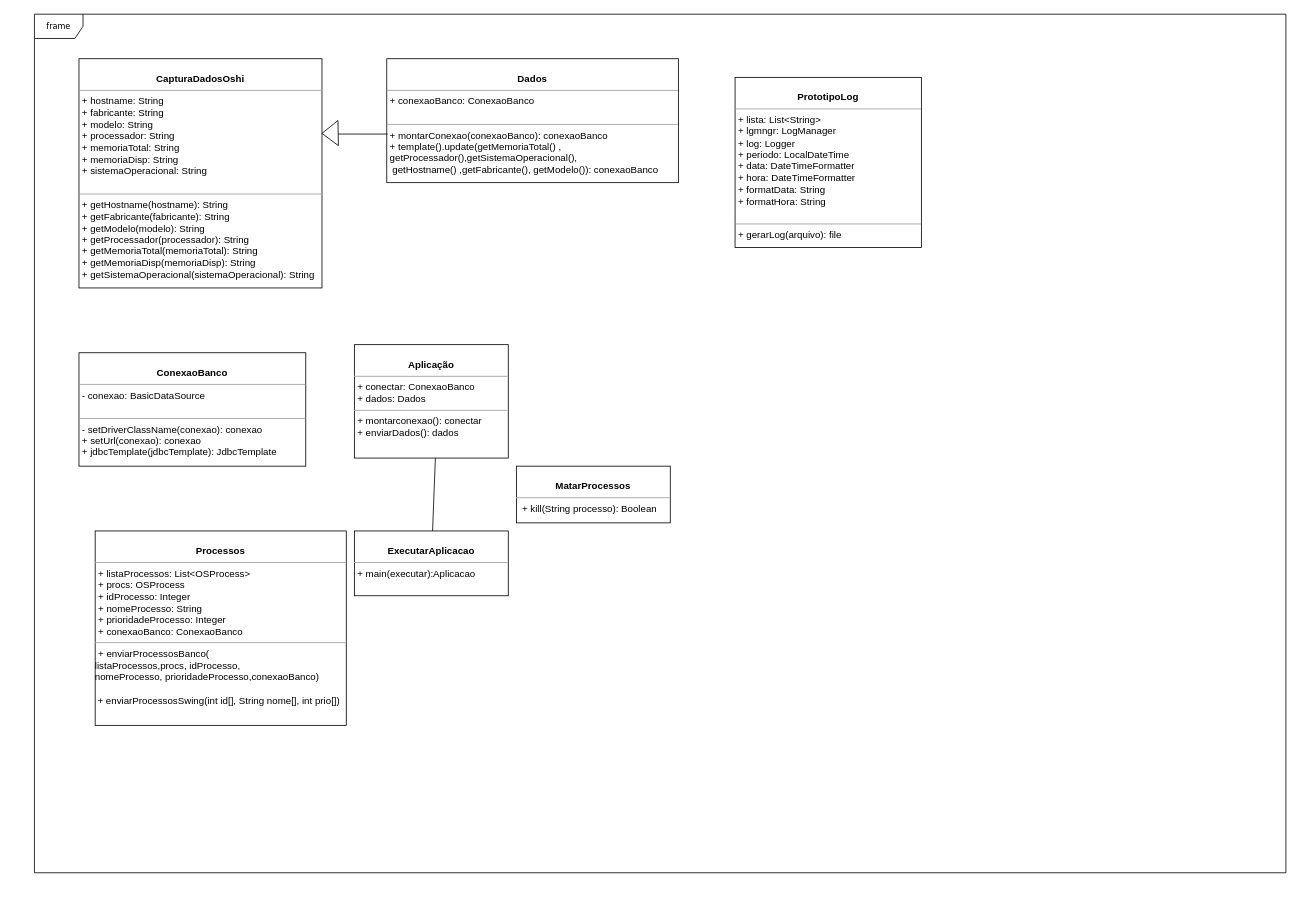
Earlier version of the draw.io diagram Documentação/Diagramas/DiagramaClasse/Diagrama-de-classes.drawio (Fabicaneyu/.mineHash). Source tidied: cells renumbered, new cells numbered last; positions are measured from the earlier drawing's top-left corner, leaving out a move shared by most shapes. Both pictures are drawn from the tidied source at 81%, with x=0, y=0 at pixel (34, 14).
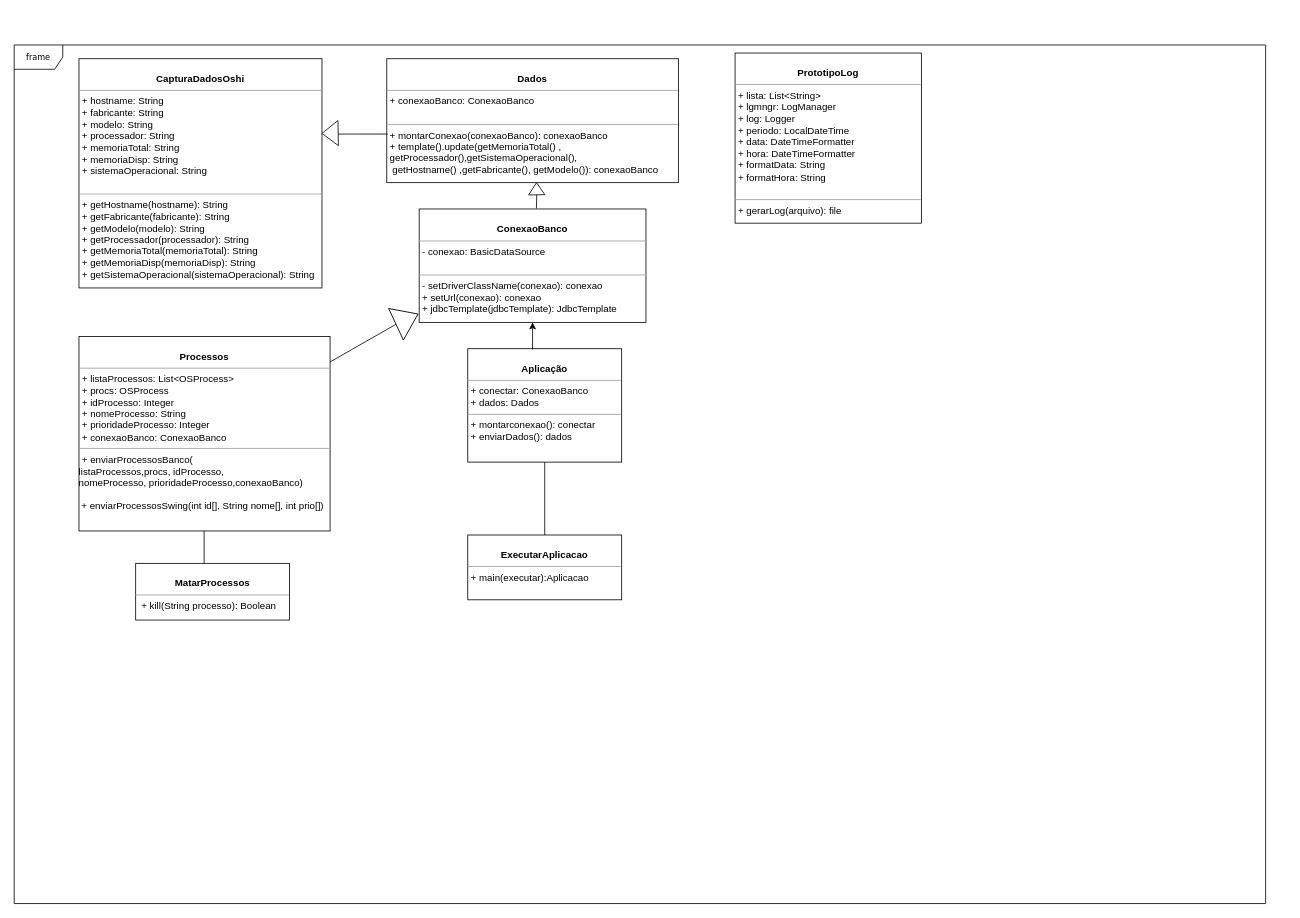
After the change.

Commit message (it also covers changes not shown here):
Diagrama de classes

The edit, as a diff of the source:
```diff
@@
     <mxCell id="2" value="frame" style="shape=umlFrame;whiteSpace=wrap;html=1;rounded=0;shadow=0;comic=0;labelBackgroundColor=none;strokeWidth=1;fontFamily=Verdana;fontSize=10;align=center;" parent="1" vertex="1">
-      <mxGeometry width="1545" height="1060" as="geometry" />
+      <mxGeometry x="-25" y="38" width="1545" height="1060" as="geometry" />
     </mxCell>
     <mxCell id="3" value="&lt;p style=&quot;margin: 0px ; margin-top: 4px ; text-align: center&quot;&gt;&lt;br&gt;&lt;b&gt;MatarProcessos&lt;/b&gt;&lt;/p&gt;&lt;hr size=&quot;1&quot;&gt;&lt;p style=&quot;margin: 0px ; margin-left: 4px&quot;&gt;&lt;/p&gt;&lt;p style=&quot;margin: 0px ; margin-left: 4px&quot;&gt;&amp;nbsp;+ kill(String processo): Boolean&lt;br&gt;&lt;br&gt;&lt;/p&gt;" style="verticalAlign=top;align=left;overflow=fill;fontSize=12;fontFamily=Helvetica;html=1;rounded=0;shadow=0;comic=0;labelBackgroundColor=none;strokeWidth=1;" parent="1" vertex="1">
-      <mxGeometry x="595" y="558" width="190" height="70" as="geometry" />
+      <mxGeometry x="125" y="678" width="190" height="70" as="geometry" />
     </mxCell>
@@
     <mxCell id="5" value="&lt;p style=&quot;margin: 0px ; margin-top: 4px ; text-align: center&quot;&gt;&lt;br&gt;&lt;b&gt;Processos&lt;/b&gt;&lt;/p&gt;&lt;hr size=&quot;1&quot;&gt;&lt;p style=&quot;margin: 0px ; margin-left: 4px&quot;&gt;+ listaProcessos: List&amp;lt;OSProcess&amp;gt;&lt;br&gt;+ procs: OSProcess&lt;/p&gt;&lt;p style=&quot;margin: 0px ; margin-left: 4px&quot;&gt;+ idProcesso: Integer&lt;/p&gt;&lt;p style=&quot;margin: 0px ; margin-left: 4px&quot;&gt;+ nomeProcesso: String&lt;/p&gt;&lt;p style=&quot;margin: 0px ; margin-left: 4px&quot;&gt;+ prioridadeProcesso: Integer&lt;/p&gt;&lt;p style=&quot;margin: 0px ; margin-left: 4px&quot;&gt;+ conexaoBanco: ConexaoBanco&lt;/p&gt;&lt;hr size=&quot;1&quot;&gt;&lt;p style=&quot;margin: 0px ; margin-left: 4px&quot;&gt;+ enviarProcessosBanco(&lt;/p&gt;listaProcessos,procs, idProcesso,&lt;br&gt;nomeProcesso, prioridadeProcesso,conexaoBanco)&lt;br&gt;&lt;span&gt;&lt;br&gt;&amp;nbsp;&lt;/span&gt;&lt;span&gt;+ enviarProcessosSwing(&lt;/span&gt;int id[], String nome[], int prio[])" style="verticalAlign=top;align=left;overflow=fill;fontSize=12;fontFamily=Helvetica;html=1;rounded=0;shadow=0;comic=0;labelBackgroundColor=none;strokeWidth=1;" parent="1" vertex="1">
-      <mxGeometry x="75" y="638" width="310" height="240" as="geometry" />
+      <mxGeometry x="55" y="398" width="310" height="240" as="geometry" />
     </mxCell>
     <mxCell id="6" value="&lt;p style=&quot;margin: 0px ; margin-top: 4px ; text-align: center&quot;&gt;&lt;br&gt;&lt;b&gt;ExecutarAplicacao&lt;/b&gt;&lt;/p&gt;&lt;hr size=&quot;1&quot;&gt;&lt;p style=&quot;margin: 0px ; margin-left: 4px&quot;&gt;&lt;span&gt;+ main(executar):Aplicacao&lt;/span&gt;&lt;br&gt;&lt;/p&gt;&lt;p style=&quot;margin: 0px ; margin-left: 4px&quot;&gt;&lt;br&gt;&lt;/p&gt;" style="verticalAlign=top;align=left;overflow=fill;fontSize=12;fontFamily=Helvetica;html=1;rounded=0;shadow=0;comic=0;labelBackgroundColor=none;strokeWidth=1;" parent="1" vertex="1">
-      <mxGeometry x="395" y="638" width="190" height="80" as="geometry" />
+      <mxGeometry x="535" y="643" width="190" height="80" as="geometry" />
     </mxCell>
     <mxCell id="7" value="&lt;p style=&quot;margin: 0px ; margin-top: 4px ; text-align: center&quot;&gt;&lt;br&gt;&lt;b&gt;Aplicação&lt;/b&gt;&lt;/p&gt;&lt;hr size=&quot;1&quot;&gt;&lt;p style=&quot;margin: 0px ; margin-left: 4px&quot;&gt;+ conectar: ConexaoBanco&lt;/p&gt;&lt;p style=&quot;margin: 0px ; margin-left: 4px&quot;&gt;+ dados: Dados&lt;/p&gt;&lt;hr size=&quot;1&quot;&gt;&lt;p style=&quot;margin: 0px ; margin-left: 4px&quot;&gt;+ montarconexao(): conectar&lt;br&gt;+ enviarDados(): dados&lt;/p&gt;" style="verticalAlign=top;align=left;overflow=fill;fontSize=12;fontFamily=Helvetica;html=1;rounded=0;shadow=0;comic=0;labelBackgroundColor=none;strokeWidth=1;" parent="1" vertex="1">
-      <mxGeometry x="395" y="408" width="190" height="140" as="geometry" />
+      <mxGeometry x="535" y="413" width="190" height="140" as="geometry" />
     </mxCell>
@@
     <mxCell id="9" value="&lt;p style=&quot;margin: 4px 0px 0px ; text-align: center&quot;&gt;&lt;br&gt;&lt;b&gt;ConexaoBanco&lt;/b&gt;&lt;/p&gt;&lt;hr size=&quot;1&quot;&gt;&lt;p style=&quot;margin: 0px ; margin-left: 4px&quot;&gt;- conexao: BasicDataSource&lt;br&gt;&lt;br&gt;&lt;/p&gt;&lt;hr size=&quot;1&quot;&gt;&lt;p style=&quot;margin: 0px ; margin-left: 4px&quot;&gt;- setDriverClassName(conexao): conexao&lt;br&gt;+ setUrl(conexao): conexao&lt;/p&gt;&lt;p style=&quot;margin: 0px ; margin-left: 4px&quot;&gt;+ jdbcTemplate(jdbcTemplate):&amp;nbsp;JdbcTemplate&lt;br&gt;&lt;/p&gt;&lt;p style=&quot;margin: 0px ; margin-left: 4px&quot;&gt;&lt;br&gt;&lt;/p&gt;" style="verticalAlign=top;align=left;overflow=fill;fontSize=12;fontFamily=Helvetica;html=1;rounded=0;shadow=0;comic=0;labelBackgroundColor=none;strokeWidth=1;" parent="1" vertex="1">
-      <mxGeometry x="55" y="418" width="280" height="140" as="geometry" />
+      <mxGeometry x="475" y="240.5" width="280" height="140" as="geometry" />
     </mxCell>
@@
     <mxCell id="12" value="&lt;p style=&quot;margin: 0px ; margin-top: 4px ; text-align: center&quot;&gt;&lt;br&gt;&lt;b&gt;PrototipoLog&lt;/b&gt;&lt;/p&gt;&lt;hr size=&quot;1&quot;&gt;&lt;p style=&quot;margin: 0px ; margin-left: 4px&quot;&gt;+ lista: List&amp;lt;String&amp;gt;&lt;/p&gt;&lt;p style=&quot;margin: 0px ; margin-left: 4px&quot;&gt;+ lgmngr: LogManager&lt;/p&gt;&lt;p style=&quot;margin: 0px ; margin-left: 4px&quot;&gt;+&amp;nbsp;log:&amp;nbsp;Logger&lt;/p&gt;&lt;p style=&quot;margin: 0px ; margin-left: 4px&quot;&gt;+&amp;nbsp;periodo:&amp;nbsp;LocalDateTime&lt;/p&gt;&lt;p style=&quot;margin: 0px ; margin-left: 4px&quot;&gt;+&amp;nbsp;data:&amp;nbsp;DateTimeFormatter&lt;/p&gt;&lt;p style=&quot;margin: 0px ; margin-left: 4px&quot;&gt;+&amp;nbsp;hora: DateTimeFormatter&lt;/p&gt;&lt;p style=&quot;margin: 0px ; margin-left: 4px&quot;&gt;+&amp;nbsp;formatData:&amp;nbsp;String&lt;/p&gt;&lt;p style=&quot;margin: 0px ; margin-left: 4px&quot;&gt;+&amp;nbsp;formatHora:&amp;nbsp;String&lt;/p&gt;&lt;p style=&quot;margin: 0px ; margin-left: 4px&quot;&gt;&lt;br&gt;&lt;/p&gt;&lt;hr size=&quot;1&quot;&gt;&lt;p style=&quot;margin: 0px ; margin-left: 4px&quot;&gt;+&amp;nbsp;gerarLog(arquivo): file&lt;/p&gt;" style="verticalAlign=top;align=left;overflow=fill;fontSize=12;fontFamily=Helvetica;html=1;rounded=0;shadow=0;comic=0;labelBackgroundColor=none;strokeWidth=1;" parent="1" vertex="1">
-      <mxGeometry x="865" y="78" width="230" height="210" as="geometry" />
+      <mxGeometry x="865" y="48" width="230" height="210" as="geometry" />
     </mxCell>
-    <mxCell id="13" style="endArrow=none;html=1;" parent="1" edge="1" source="6">
-      <mxGeometry relative="1" as="geometry">
-        <mxPoint x="495" y="548" as="targetPoint" />
-      </mxGeometry>
+    <mxCell id="13" style="endArrow=none;html=1;entryX=0.5;entryY=1;entryDx=0;entryDy=0;" parent="1" edge="1" source="6" target="7">
+      <mxGeometry relative="1" as="geometry" />
     </mxCell>
+    <mxCell id="14" style="endArrow=none;html=1;" parent="1" edge="1">
+      <mxGeometry relative="1" as="geometry">
+        <mxPoint x="209.5" y="678" as="sourcePoint" />
+        <mxPoint x="209.5" y="638" as="targetPoint" />
+      </mxGeometry>
+    </mxCell>
+    <mxCell id="15" style="triangle;whiteSpace=wrap;html=1;rotation=155;direction=west;" parent="1" vertex="1">
+      <mxGeometry x="445" y="355" width="30" height="43" as="geometry" />
+    </mxCell>
+    <mxCell id="16" style="endArrow=none;html=1;entryX=0;entryY=0.5;entryDx=0;entryDy=0;" parent="1" edge="1" source="5" target="15">
+      <mxGeometry relative="1" as="geometry" />
+    </mxCell>
+    <mxCell id="17" style="endArrow=classic;html=1;entryX=0.5;entryY=1;entryDx=0;entryDy=0;" parent="1" edge="1" target="9">
+      <mxGeometry relative="1" as="geometry">
+        <mxPoint x="615" y="414" as="sourcePoint" />
+      </mxGeometry>
+    </mxCell>
+    <mxCell id="18" style="triangle;whiteSpace=wrap;html=1;rotation=179;direction=south;" parent="1" vertex="1">
+      <mxGeometry x="610" y="208" width="20" height="15" as="geometry" />
+    </mxCell>
+    <mxCell id="19" style="endArrow=none;html=1;entryX=0;entryY=0.5;entryDx=0;entryDy=0;exitX=0.517;exitY=-0.005;exitDx=0;exitDy=0;exitPerimeter=0;" parent="1" edge="1" source="9" target="18">
+      <mxGeometry relative="1" as="geometry" />
+    </mxCell>
```
